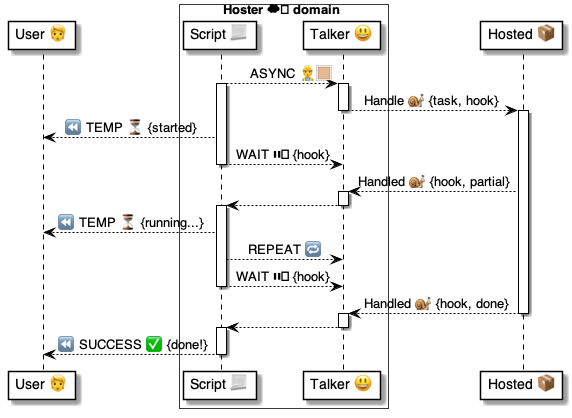
pollyweb-org/pollyweb-docs keeps this PlantUML diagram as 4 ⚙️ Solution/35 💬 Chats/😃 Talkers/😃⏩ Talker flows/Async Tasks 😃⏩📦/😃 Async ⚙️ uml.png. Above is the earlier version. Its source is kept beside it as 4 ⚙️ Solution/35 💬 Chats/😃 Talkers/😃⏩ Talker flows/Async Tasks 😃⏩📦/😃 Async ⚙️ uml.puml.
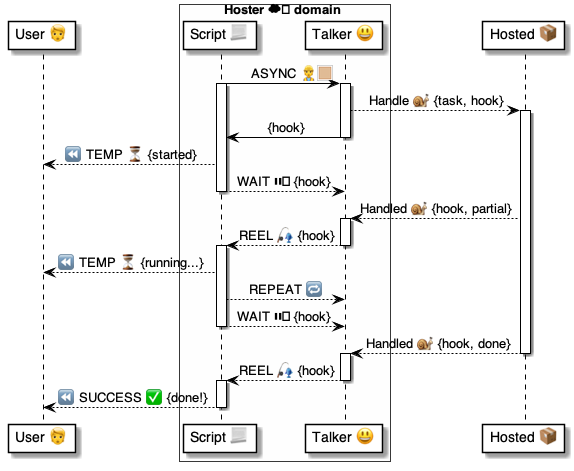
Above is the later version.

The edit, as a diff of the source:
```diff
@@ -7,14 +7,15 @@
 end box
 participant "Hosted 📦" as hosted
 
-script --> talker: ASYNC 👷🏼
+script -> talker: ASYNC 👷🏼
 activate script
 activate talker
 
 talker --> hosted:  Handle 🐌 {task, hook}
+activate hosted
+talker -> script: {hook}
 deactivate talker
 
-activate hosted
 script --> user: ⏪ TEMP ⏳ {started}
 
 script --> talker: WAIT ⏸️ {hook}
@@ -22,7 +23,7 @@
 
 hosted --> talker: Handled 🐌 {hook, partial}
 activate talker
-    talker --> script:
+    talker --> script: REEL 🎣 {hook}
 deactivate talker
 
 activate script
@@ -35,7 +36,7 @@
 deactivate hosted
 
 activate talker
-    talker --> script:
+    talker --> script: REEL 🎣 {hook}
 deactivate talker
 
 activate script
```
